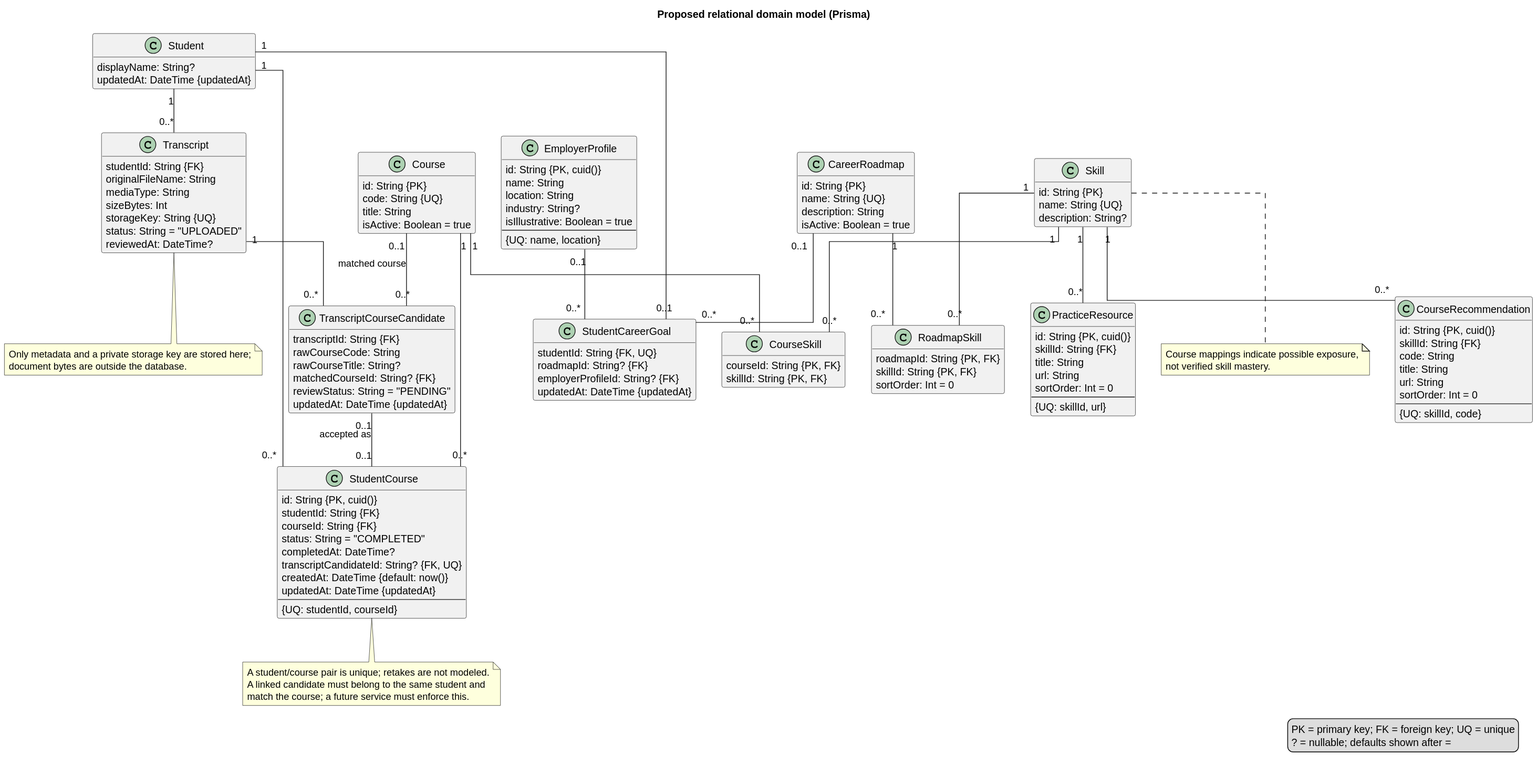
kgajula1-stack/NinerSkillsQuest keeps this PlantUML diagram as docs/uml/class-diagram.svg. Above is the earlier version. Source of this version:
```plantuml
@startuml
title Proposed relational domain model (Prisma)
hide methods
skinparam classAttributeIconSize 0
skinparam shadowing false
skinparam linetype ortho

legend right
  PK = primary key; FK = foreign key; UQ = unique
  ? = nullable; defaults shown after =
endlegend

class Student {
  id: String {PK, cuid()}
  displayName: String?
  createdAt: DateTime {default: now()}
  updatedAt: DateTime {updatedAt}
}
class Course {
  id: String {PK}
  code: String {UQ}
  title: String
  isActive: Boolean = true
}
class Skill {
  id: String {PK}
  name: String {UQ}
  description: String?
}
class CourseSkill {
  courseId: String {PK, FK}
  skillId: String {PK, FK}
}
class StudentCourse {
  id: String {PK, cuid()}
  studentId: String {FK}
  courseId: String {FK}
  status: String = "COMPLETED"
  completedAt: DateTime?
  transcriptCandidateId: String? {FK, UQ}
  createdAt: DateTime {default: now()}
  updatedAt: DateTime {updatedAt}
  --
  {UQ: studentId, courseId}
}
class CareerRoadmap {
  id: String {PK}
  name: String {UQ}
  description: String
  isActive: Boolean = true
}
class RoadmapSkill {
  roadmapId: String {PK, FK}
  skillId: String {PK, FK}
  sortOrder: Int = 0
}
class EmployerProfile {
  id: String {PK, cuid()}
  name: String
  location: String
  industry: String?
  isIllustrative: Boolean = true
  --
  {UQ: name, location}
}
class StudentCareerGoal {
  id: String {PK, cuid()}
  studentId: String {FK, UQ}
  roadmapId: String? {FK}
  employerProfileId: String? {FK}
  createdAt: DateTime {default: now()}
  updatedAt: DateTime {updatedAt}
}
class Transcript {
  id: String {PK, cuid()}
  studentId: String {FK}
  originalFileName: String
  mediaType: String
  sizeBytes: Int
  storageKey: String {UQ}
  status: String = "UPLOADED"
  uploadedAt: DateTime {default: now()}
  reviewedAt: DateTime?
}
class TranscriptCourseCandidate {
  id: String {PK, cuid()}
  transcriptId: String {FK}
  rawCourseCode: String
  rawCourseTitle: String?
  matchedCourseId: String? {FK}
  reviewStatus: String = "PENDING"
  createdAt: DateTime {default: now()}
  updatedAt: DateTime {updatedAt}
}
class CourseRecommendation {
  id: String {PK, cuid()}
  skillId: String {FK}
  code: String
  title: String
  url: String
  sortOrder: Int = 0
  --
  {UQ: skillId, code}
}
class PracticeResource {
  id: String {PK, cuid()}
  skillId: String {FK}
  title: String
  url: String
  sortOrder: Int = 0
  --
  {UQ: skillId, url}
}

Student "1" -- "0..*" StudentCourse
Course "1" -- "0..*" StudentCourse
Course "1" -- "0..*" CourseSkill
Skill "1" -- "0..*" CourseSkill
CareerRoadmap "1" -- "0..*" RoadmapSkill
Skill "1" -- "0..*" RoadmapSkill
Student "1" -- "0..1" StudentCareerGoal
CareerRoadmap "0..1" -- "0..*" StudentCareerGoal
EmployerProfile "0..1" -- "0..*" StudentCareerGoal
Student "1" -- "0..*" Transcript
Transcript "1" -- "0..*" TranscriptCourseCandidate
Course "0..1" -- "0..*" TranscriptCourseCandidate : matched course
TranscriptCourseCandidate "0..1" -- "0..1" StudentCourse : accepted as
Skill "1" -- "0..*" CourseRecommendation
Skill "1" -- "0..*" PracticeResource

note bottom of StudentCourse
  A student/course pair is unique; retakes are not modeled.
  A linked candidate must belong to the same student and
  match the course; a future service must enforce this.
end note
note bottom of Transcript
  Only metadata and a private storage key are stored here;
  document bytes are outside the database.
end note
note bottom of Skill
  Course mappings indicate possible exposure,
  not verified skill mastery.
end note
@enduml
```
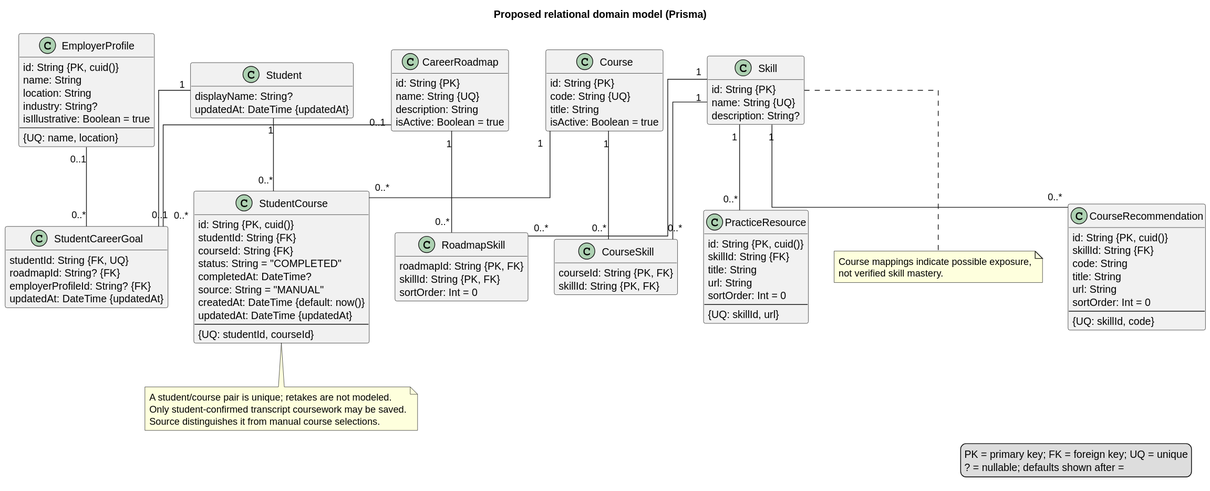
The same diagram one commit later.

Diff of the diagram source:
```diff
@@ -37,7 +37,7 @@
   courseId: String {FK}
   status: String = "COMPLETED"
   completedAt: DateTime?
-  transcriptCandidateId: String? {FK, UQ}
+  source: String = "MANUAL"
   createdAt: DateTime {default: now()}
   updatedAt: DateTime {updatedAt}
   --
@@ -71,27 +71,6 @@
   createdAt: DateTime {default: now()}
   updatedAt: DateTime {updatedAt}
 }
-class Transcript {
-  id: String {PK, cuid()}
-  studentId: String {FK}
-  originalFileName: String
-  mediaType: String
-  sizeBytes: Int
-  storageKey: String {UQ}
-  status: String = "UPLOADED"
-  uploadedAt: DateTime {default: now()}
-  reviewedAt: DateTime?
-}
-class TranscriptCourseCandidate {
-  id: String {PK, cuid()}
-  transcriptId: String {FK}
-  rawCourseCode: String
-  rawCourseTitle: String?
-  matchedCourseId: String? {FK}
-  reviewStatus: String = "PENDING"
-  createdAt: DateTime {default: now()}
-  updatedAt: DateTime {updatedAt}
-}
 class CourseRecommendation {
   id: String {PK, cuid()}
   skillId: String {FK}
@@ -121,21 +100,13 @@
 Student "1" -- "0..1" StudentCareerGoal
 CareerRoadmap "0..1" -- "0..*" StudentCareerGoal
 EmployerProfile "0..1" -- "0..*" StudentCareerGoal
-Student "1" -- "0..*" Transcript
-Transcript "1" -- "0..*" TranscriptCourseCandidate
-Course "0..1" -- "0..*" TranscriptCourseCandidate : matched course
-TranscriptCourseCandidate "0..1" -- "0..1" StudentCourse : accepted as
 Skill "1" -- "0..*" CourseRecommendation
 Skill "1" -- "0..*" PracticeResource
 
 note bottom of StudentCourse
   A student/course pair is unique; retakes are not modeled.
-  A linked candidate must belong to the same student and
-  match the course; a future service must enforce this.
-end note
-note bottom of Transcript
-  Only metadata and a private storage key are stored here;
-  document bytes are outside the database.
+  Only student-confirmed transcript coursework may be saved.
+  Source distinguishes it from manual course selections.
 end note
 note bottom of Skill
   Course mappings indicate possible exposure,
```
